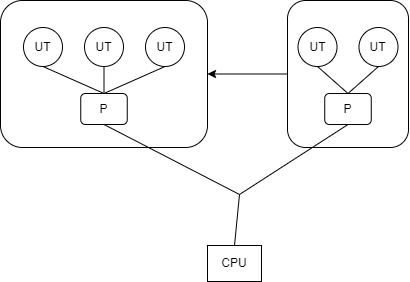
Above: res/进程与用户线程.drawio.png in huanggenghg/huanggenghg (draw.io), before the change. Source tidied: cells renumbered, new cells last; positions are measured from the earlier drawing's top-left corner, leaving out a move shared by most shapes. Source of this version:
```xml
<mxGraphModel>
  <root>
    <mxCell id="0" />
    <mxCell id="1" parent="0" />
    <mxCell id="2" style="edgeStyle=orthogonalEdgeStyle;rounded=0;jettySize=auto;html=1;" parent="1" edge="1" source="3" target="9">
      <mxGeometry relative="1" as="geometry" />
    </mxCell>
    <mxCell id="3" style="rounded=1;whiteSpace=wrap;html=1;" parent="1" vertex="1">
      <mxGeometry x="287" width="121" height="147" as="geometry" />
    </mxCell>
    <mxCell id="4" value="UT" style="ellipse;whiteSpace=wrap;html=1;" parent="1" vertex="1">
      <mxGeometry x="297.5" y="27" width="39" height="39" as="geometry" />
    </mxCell>
    <mxCell id="5" value="UT" style="ellipse;whiteSpace=wrap;html=1;" parent="1" vertex="1">
      <mxGeometry x="358.5" y="27" width="39" height="39" as="geometry" />
    </mxCell>
    <mxCell id="6" value="P" style="rounded=1;whiteSpace=wrap;html=1;" parent="1" vertex="1">
      <mxGeometry x="324.2" y="93" width="46.5" height="31" as="geometry" />
    </mxCell>
    <mxCell id="7" style="endArrow=none;html=1;rounded=0;entryX=0.5;entryY=1;entryDx=0;entryDy=0;exitX=0.5;exitY=0;exitDx=0;exitDy=0;" parent="1" edge="1" source="6" target="5">
      <mxGeometry relative="1" as="geometry" />
    </mxCell>
    <mxCell id="8" style="endArrow=none;html=1;rounded=0;entryX=0.5;entryY=1;entryDx=0;entryDy=0;exitX=0.5;exitY=0;exitDx=0;exitDy=0;" parent="1" edge="1" source="6" target="4">
      <mxGeometry relative="1" as="geometry" />
    </mxCell>
    <mxCell id="9" style="rounded=1;whiteSpace=wrap;html=1;" parent="1" vertex="1">
      <mxGeometry width="207" height="147" as="geometry" />
    </mxCell>
    <mxCell id="10" value="UT" style="ellipse;whiteSpace=wrap;html=1;" parent="1" vertex="1">
      <mxGeometry x="84" y="27" width="39" height="39" as="geometry" />
    </mxCell>
    <mxCell id="11" value="UT" style="ellipse;whiteSpace=wrap;html=1;" parent="1" vertex="1">
      <mxGeometry x="145" y="27" width="39" height="39" as="geometry" />
    </mxCell>
    <mxCell id="12" value="UT" style="ellipse;whiteSpace=wrap;html=1;" parent="1" vertex="1">
      <mxGeometry x="23" y="27" width="39" height="39" as="geometry" />
    </mxCell>
    <mxCell id="13" value="P" style="rounded=1;whiteSpace=wrap;html=1;" parent="1" vertex="1">
      <mxGeometry x="80.2" y="93" width="46.5" height="31" as="geometry" />
    </mxCell>
    <mxCell id="14" style="endArrow=none;html=1;rounded=0;entryX=0.5;entryY=1;entryDx=0;entryDy=0;exitX=0.5;exitY=0;exitDx=0;exitDy=0;" parent="1" edge="1" source="13" target="12">
      <mxGeometry relative="1" as="geometry" />
    </mxCell>
    <mxCell id="15" style="endArrow=none;html=1;rounded=0;entryX=0.5;entryY=1;entryDx=0;entryDy=0;exitX=0.5;exitY=0;exitDx=0;exitDy=0;" parent="1" edge="1" source="13" target="10">
      <mxGeometry relative="1" as="geometry" />
    </mxCell>
    <mxCell id="16" style="endArrow=none;html=1;rounded=0;entryX=0.5;entryY=1;entryDx=0;entryDy=0;exitX=0.5;exitY=0;exitDx=0;exitDy=0;" parent="1" edge="1" source="13" target="11">
      <mxGeometry relative="1" as="geometry" />
    </mxCell>
    <mxCell id="17" value="CPU" style="rounded=0;whiteSpace=wrap;html=1;" parent="1" vertex="1">
      <mxGeometry x="207" y="245" width="54" height="36" as="geometry" />
    </mxCell>
    <mxCell id="18" style="endArrow=none;html=1;rounded=0;exitX=0.5;exitY=1;exitDx=0;exitDy=0;" parent="1" edge="1" source="13">
      <mxGeometry relative="1" as="geometry">
        <mxPoint x="239" y="194" as="targetPoint" />
      </mxGeometry>
    </mxCell>
    <mxCell id="19" style="endArrow=none;html=1;rounded=0;exitX=0.5;exitY=1;exitDx=0;exitDy=0;" parent="1" edge="1" source="6">
      <mxGeometry relative="1" as="geometry">
        <mxPoint x="239" y="194" as="targetPoint" />
      </mxGeometry>
    </mxCell>
    <mxCell id="20" style="endArrow=none;html=1;rounded=0;entryX=0.5;entryY=0;entryDx=0;entryDy=0;" parent="1" edge="1" target="17">
      <mxGeometry relative="1" as="geometry">
        <mxPoint x="239" y="194" as="sourcePoint" />
      </mxGeometry>
    </mxCell>
  </root>
</mxGraphModel>
```
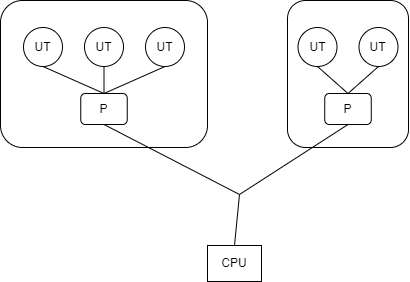
Later version of the same file.

Commit message:
更新进程与用户线程.drawio.png

Change to the diagram source:
```diff
@@ -2,9 +2,6 @@
   <root>
     <mxCell id="0" />
     <mxCell id="1" parent="0" />
-    <mxCell id="2" style="edgeStyle=orthogonalEdgeStyle;rounded=0;jettySize=auto;html=1;" parent="1" edge="1" source="3" target="9">
-      <mxGeometry relative="1" as="geometry" />
-    </mxCell>
     <mxCell id="3" style="rounded=1;whiteSpace=wrap;html=1;" parent="1" vertex="1">
       <mxGeometry x="287" width="121" height="147" as="geometry" />
     </mxCell>
```
